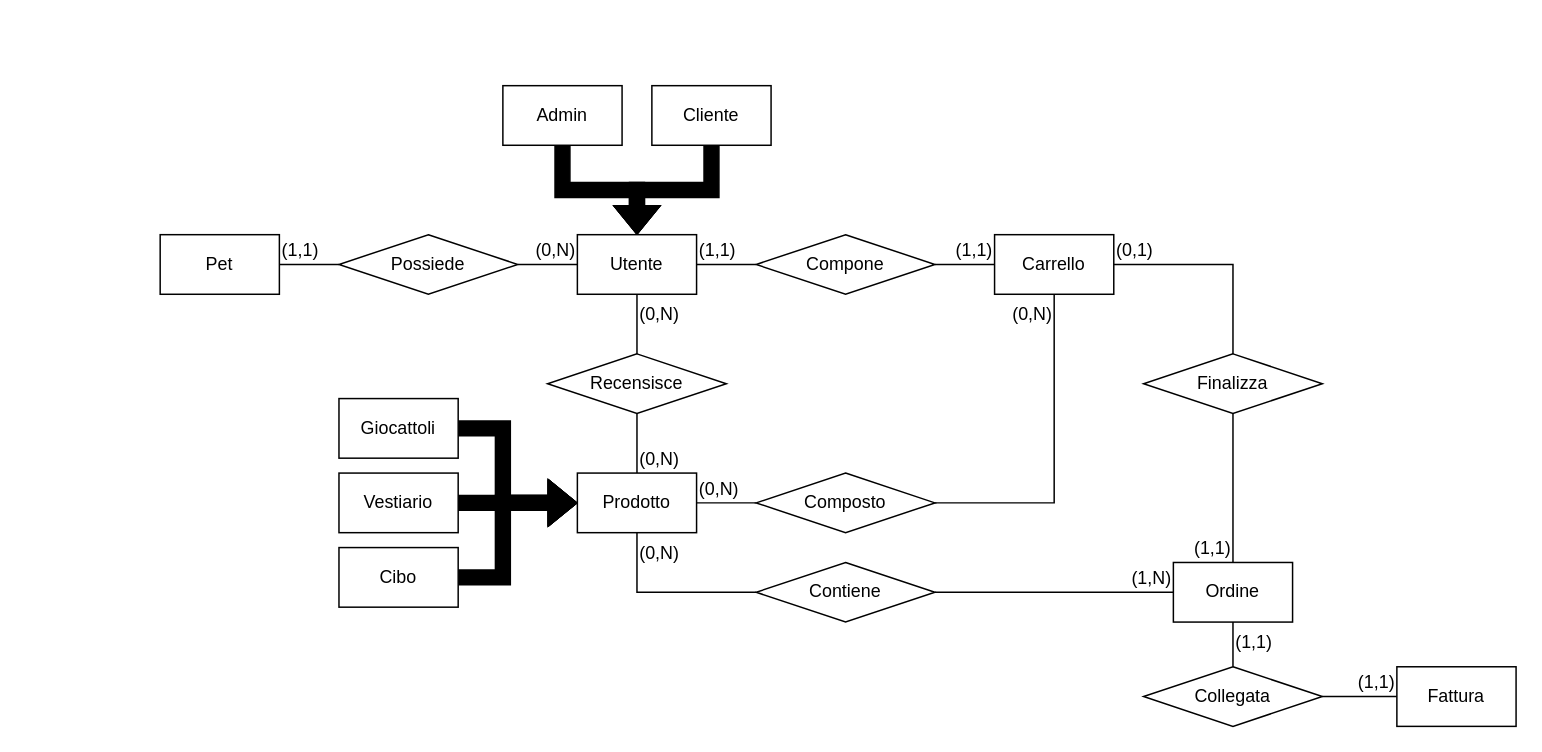
Earlier version of the draw.io diagram DarwinShop.drawio (NumberZeroo/TSW_Proj). Source tidied: cells renumbered, new cells numbered last; positions are measured from the earlier drawing's top-left corner, leaving out a move shared by most shapes. Both pictures are drawn from the tidied source at 149%, with x=0, y=0 at pixel (159, 85).
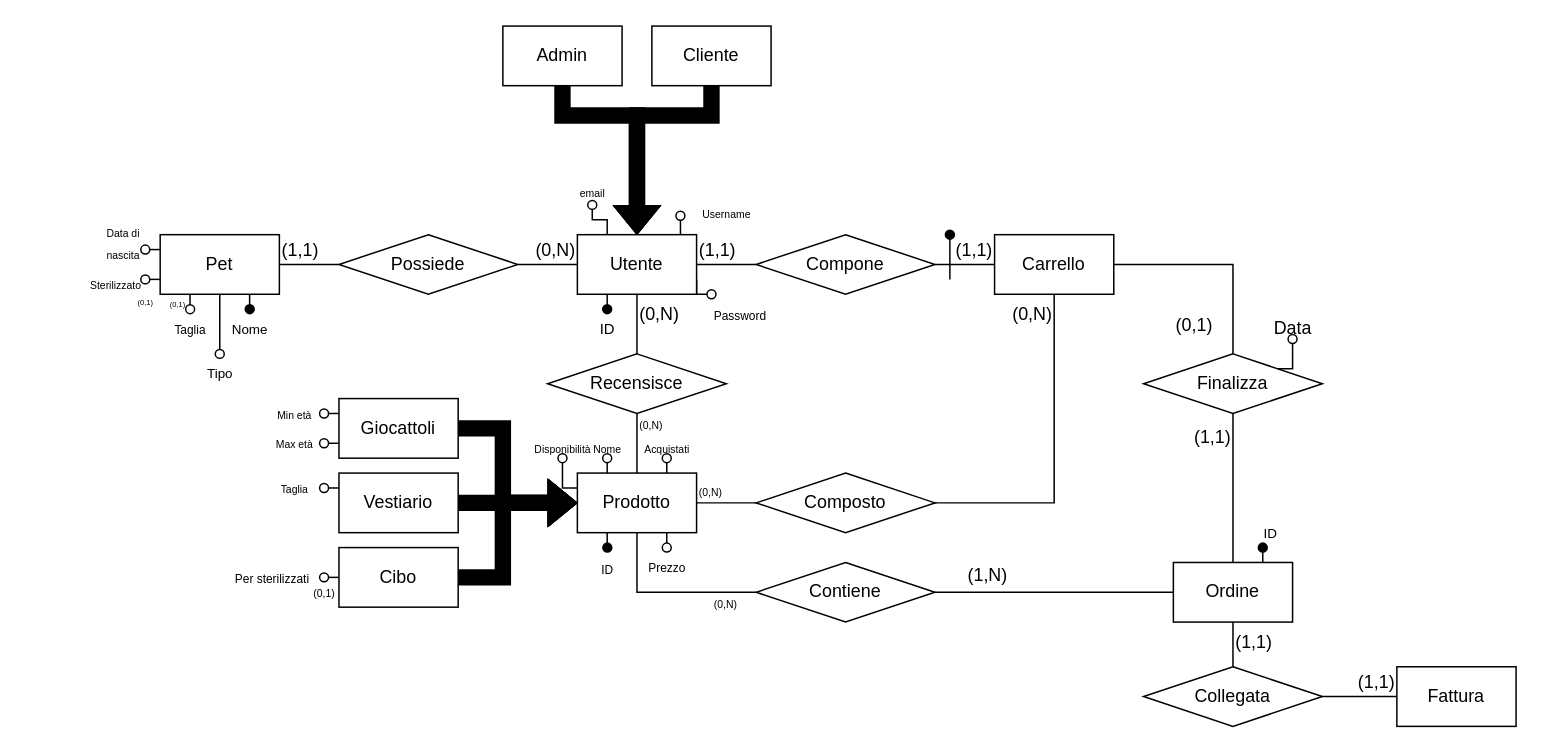
Above is the later version.

The change refers to these unchanged cells:
```xml
<mxCell id="2" value="Utente" style="whiteSpace=wrap;html=1;align=center;" parent="1" vertex="1">
  <mxGeometry x="280" y="100" width="80" height="40" as="geometry" />
</mxCell>
<mxCell id="12" value="Pet" style="whiteSpace=wrap;html=1;align=center;" parent="1" vertex="1">
  <mxGeometry y="100" width="80" height="40" as="geometry" />
</mxCell>
<mxCell id="20" value="Prodotto" style="whiteSpace=wrap;html=1;align=center;" parent="1" vertex="1">
  <mxGeometry x="280" y="260" width="80" height="40" as="geometry" />
</mxCell>
<mxCell id="24" value="Cibo" style="whiteSpace=wrap;html=1;align=center;direction=east;" parent="1" vertex="1">
  <mxGeometry x="120" y="310" width="80" height="40" as="geometry" />
</mxCell>
<mxCell id="25" value="Vestiario" style="whiteSpace=wrap;html=1;align=center;direction=east;" parent="1" vertex="1">
  <mxGeometry x="120" y="260" width="80" height="40" as="geometry" />
</mxCell>
<mxCell id="27" value="Giocattoli" style="whiteSpace=wrap;html=1;align=center;direction=east;" parent="1" vertex="1">
  <mxGeometry x="120" y="210" width="80" height="40" as="geometry" />
</mxCell>
<mxCell id="29" value="Finalizza" style="shape=rhombus;perimeter=rhombusPerimeter;whiteSpace=wrap;html=1;align=center;" parent="1" vertex="1">
  <mxGeometry x="660" y="180" width="120" height="40" as="geometry" />
</mxCell>
<mxCell id="32" value="Ordine" style="whiteSpace=wrap;html=1;align=center;" parent="1" vertex="1">
  <mxGeometry x="680" y="320" width="80" height="40" as="geometry" />
</mxCell>
```

Change to the diagram source:
```diff
@@
+    <mxCell id="53" style="edgeStyle=orthogonalEdgeStyle;rounded=0;jettySize=auto;html=1;exitX=0.25;exitY=1;exitDx=0;exitDy=0;endArrow=oval;endFill=1;" parent="1" edge="1" source="2">
+      <mxGeometry relative="1" as="geometry">
+        <mxPoint x="300" y="150" as="targetPoint" />
+      </mxGeometry>
+    </mxCell>
+    <mxCell id="54" style="edgeStyle=orthogonalEdgeStyle;rounded=0;jettySize=auto;html=1;exitX=0.75;exitY=0;exitDx=0;exitDy=0;endArrow=oval;endFill=0;entryX=-0.014;entryY=0.578;entryDx=0;entryDy=0;entryPerimeter=0;" parent="1" edge="1" source="2" target="75">
+      <mxGeometry relative="1" as="geometry" />
+    </mxCell>
+    <mxCell id="55" style="edgeStyle=orthogonalEdgeStyle;rounded=0;jettySize=auto;html=1;exitX=0.25;exitY=0;exitDx=0;exitDy=0;endArrow=oval;endFill=0;" parent="1" edge="1" source="2" target="76">
+      <mxGeometry relative="1" as="geometry">
+        <Array as="points">
+          <mxPoint x="300" y="90" />
+          <mxPoint x="290" y="90" />
+        </Array>
+      </mxGeometry>
+    </mxCell>
+    <mxCell id="56" style="edgeStyle=orthogonalEdgeStyle;rounded=0;jettySize=auto;html=1;exitX=1;exitY=0.75;exitDx=0;exitDy=0;endArrow=oval;endFill=0;" parent="1" edge="1" source="2" target="77">
+      <mxGeometry relative="1" as="geometry">
+        <Array as="points">
+          <mxPoint x="370" y="140" />
+          <mxPoint x="370" y="140" />
+        </Array>
+      </mxGeometry>
+    </mxCell>
@@
+    <mxCell id="57" style="edgeStyle=orthogonalEdgeStyle;rounded=0;orthogonalLoop=1;jettySize=auto;html=1;endArrow=oval;endFill=1;" parent="1" edge="1">
+      <mxGeometry relative="1" as="geometry">
+        <mxPoint x="530" y="130" as="sourcePoint" />
+        <mxPoint x="530" y="100" as="targetPoint" />
+      </mxGeometry>
+    </mxCell>
@@
     <mxCell id="7" style="edgeStyle=orthogonalEdgeStyle;rounded=0;jettySize=auto;html=1;entryX=0.5;entryY=0;entryDx=0;entryDy=0;shape=flexArrow;fillColor=#000000;strokeColor=default;gradientColor=none;gradientDirection=north;fillStyle=auto;" parent="1" edge="1" source="8" target="2">
-      <mxGeometry relative="1" as="geometry" />
+      <mxGeometry relative="1" as="geometry">
+        <Array as="points">
+          <mxPoint x="270" y="20" />
+          <mxPoint x="320" y="20" />
+        </Array>
+      </mxGeometry>
     </mxCell>
     <mxCell id="8" value="Admin" style="whiteSpace=wrap;html=1;align=center;" parent="1" vertex="1">
-      <mxGeometry x="230" width="80" height="40" as="geometry" />
+      <mxGeometry x="230" y="-40" width="80" height="40" as="geometry" />
     </mxCell>
     <mxCell id="9" style="edgeStyle=orthogonalEdgeStyle;rounded=0;jettySize=auto;html=1;entryX=0.5;entryY=0;entryDx=0;entryDy=0;shape=flexArrow;fillColor=#000000;" parent="1" edge="1" source="10" target="2">
-      <mxGeometry relative="1" as="geometry" />
+      <mxGeometry relative="1" as="geometry">
+        <Array as="points">
+          <mxPoint x="370" y="20" />
+          <mxPoint x="320" y="20" />
+        </Array>
+      </mxGeometry>
     </mxCell>
     <mxCell id="10" value="Cliente" style="whiteSpace=wrap;html=1;align=center;" parent="1" vertex="1">
-      <mxGeometry x="330" width="80" height="40" as="geometry" />
+      <mxGeometry x="330" y="-40" width="80" height="40" as="geometry" />
     </mxCell>
@@
+    <mxCell id="58" style="edgeStyle=orthogonalEdgeStyle;rounded=0;jettySize=auto;html=1;exitX=0.75;exitY=1;exitDx=0;exitDy=0;endArrow=oval;endFill=1;" parent="1" edge="1" source="12">
+      <mxGeometry relative="1" as="geometry">
+        <mxPoint x="60.1" y="150" as="targetPoint" />
+      </mxGeometry>
+    </mxCell>
+    <mxCell id="59" style="edgeStyle=orthogonalEdgeStyle;rounded=0;jettySize=auto;html=1;endArrow=oval;endFill=0;" parent="1" edge="1" source="12">
+      <mxGeometry relative="1" as="geometry">
+        <mxPoint x="40" y="180" as="targetPoint" />
+      </mxGeometry>
+    </mxCell>
+    <mxCell id="60" style="edgeStyle=orthogonalEdgeStyle;rounded=0;jettySize=auto;html=1;exitX=0.25;exitY=1;exitDx=0;exitDy=0;endArrow=oval;endFill=0;" parent="1" edge="1" source="12">
+      <mxGeometry relative="1" as="geometry">
+        <mxPoint x="20.1" y="150" as="targetPoint" />
+      </mxGeometry>
+    </mxCell>
+    <mxCell id="61" style="edgeStyle=orthogonalEdgeStyle;rounded=0;jettySize=auto;html=1;exitX=0;exitY=0.25;exitDx=0;exitDy=0;endArrow=oval;endFill=0;" parent="1" edge="1" source="12">
+      <mxGeometry relative="1" as="geometry">
+        <mxPoint x="-10" y="110.1" as="targetPoint" />
+      </mxGeometry>
+    </mxCell>
+    <mxCell id="62" style="edgeStyle=orthogonalEdgeStyle;rounded=0;jettySize=auto;html=1;exitX=0;exitY=0.75;exitDx=0;exitDy=0;endArrow=oval;endFill=0;" parent="1" edge="1" source="12">
+      <mxGeometry relative="1" as="geometry">
+        <mxPoint x="-10" y="130.1" as="targetPoint" />
+      </mxGeometry>
+    </mxCell>
@@
+    <mxCell id="63" style="edgeStyle=orthogonalEdgeStyle;rounded=0;jettySize=auto;html=1;exitX=0.25;exitY=1;exitDx=0;exitDy=0;endArrow=oval;endFill=1;" parent="1" edge="1" source="20">
+      <mxGeometry relative="1" as="geometry">
+        <mxPoint x="300.1" y="310" as="targetPoint" />
+      </mxGeometry>
+    </mxCell>
+    <mxCell id="64" style="edgeStyle=orthogonalEdgeStyle;rounded=0;jettySize=auto;html=1;exitX=0.25;exitY=0;exitDx=0;exitDy=0;endArrow=oval;endFill=0;" parent="1" edge="1" source="20">
+      <mxGeometry relative="1" as="geometry">
+        <mxPoint x="300" y="250" as="targetPoint" />
+      </mxGeometry>
+    </mxCell>
+    <mxCell id="65" style="edgeStyle=orthogonalEdgeStyle;rounded=0;jettySize=auto;html=1;exitX=0;exitY=0.25;exitDx=0;exitDy=0;endArrow=oval;endFill=0;" parent="1" edge="1" source="20">
+      <mxGeometry relative="1" as="geometry">
+        <mxPoint x="270" y="250" as="targetPoint" />
+      </mxGeometry>
+    </mxCell>
+    <mxCell id="66" style="edgeStyle=orthogonalEdgeStyle;rounded=0;jettySize=auto;html=1;exitX=0.75;exitY=0;exitDx=0;exitDy=0;endArrow=oval;endFill=0;" parent="1" edge="1" source="20">
+      <mxGeometry relative="1" as="geometry">
+        <mxPoint x="340" y="250" as="targetPoint" />
+      </mxGeometry>
+    </mxCell>
+    <mxCell id="67" style="edgeStyle=orthogonalEdgeStyle;rounded=0;jettySize=auto;html=1;exitX=0.75;exitY=1;exitDx=0;exitDy=0;endArrow=oval;endFill=0;" parent="1" edge="1" source="20">
+      <mxGeometry relative="1" as="geometry">
+        <mxPoint x="340" y="310" as="targetPoint" />
+      </mxGeometry>
+    </mxCell>
@@
+    <mxCell id="68" style="edgeStyle=orthogonalEdgeStyle;rounded=0;jettySize=auto;html=1;exitX=0;exitY=0.5;exitDx=0;exitDy=0;endArrow=oval;endFill=0;" parent="1" edge="1" source="24">
+      <mxGeometry relative="1" as="geometry">
+        <mxPoint x="110" y="330.1" as="targetPoint" />
+      </mxGeometry>
+    </mxCell>
@@
+    <mxCell id="69" style="edgeStyle=orthogonalEdgeStyle;rounded=0;jettySize=auto;html=1;exitX=0;exitY=0.25;exitDx=0;exitDy=0;endArrow=oval;endFill=0;" parent="1" edge="1" source="25">
+      <mxGeometry relative="1" as="geometry">
+        <mxPoint x="110" y="270.1" as="targetPoint" />
+      </mxGeometry>
+    </mxCell>
@@
+    <mxCell id="70" style="edgeStyle=orthogonalEdgeStyle;rounded=0;jettySize=auto;html=1;exitX=0;exitY=0.25;exitDx=0;exitDy=0;endArrow=oval;endFill=0;" parent="1" edge="1" source="27">
+      <mxGeometry relative="1" as="geometry">
+        <mxPoint x="110" y="220.1" as="targetPoint" />
+      </mxGeometry>
+    </mxCell>
+    <mxCell id="71" style="edgeStyle=orthogonalEdgeStyle;rounded=0;jettySize=auto;html=1;exitX=0;exitY=0.75;exitDx=0;exitDy=0;endArrow=oval;endFill=0;" parent="1" edge="1" source="27">
+      <mxGeometry relative="1" as="geometry">
+        <mxPoint x="110" y="240.1" as="targetPoint" />
+      </mxGeometry>
+    </mxCell>
@@
+    <mxCell id="72" style="edgeStyle=orthogonalEdgeStyle;rounded=0;jettySize=auto;html=1;exitX=1;exitY=0;exitDx=0;exitDy=0;endArrow=oval;endFill=0;" parent="1" edge="1" source="29">
+      <mxGeometry relative="1" as="geometry">
+        <mxPoint x="760" y="170" as="targetPoint" />
+      </mxGeometry>
+    </mxCell>
@@
+    <mxCell id="73" style="edgeStyle=orthogonalEdgeStyle;rounded=0;jettySize=auto;html=1;exitX=0.75;exitY=0;exitDx=0;exitDy=0;endArrow=oval;endFill=1;" parent="1" edge="1" source="32">
+      <mxGeometry relative="1" as="geometry">
+        <mxPoint x="740" y="310" as="targetPoint" />
+      </mxGeometry>
+    </mxCell>
@@
-    <mxCell id="43" value="(0,N)" style="text;html=1;align=left;verticalAlign=bottom;strokeColor=none;fillColor=none;" parent="1" vertex="1">
-      <mxGeometry x="360" y="250" width="50" height="30" as="geometry" />
+    <mxCell id="43" value="(0,N)" style="text;html=1;align=left;verticalAlign=bottom;strokeColor=none;fillColor=none;fontSize=7;" parent="1" vertex="1">
+      <mxGeometry x="360" y="260" width="40" height="20" as="geometry" />
     </mxCell>
@@
-    <mxCell id="45" value="(0,N)" style="text;html=1;align=left;verticalAlign=bottom;strokeColor=none;fillColor=none;" parent="1" vertex="1">
-      <mxGeometry x="320" y="230" width="50" height="30" as="geometry" />
+    <mxCell id="45" value="(0,N)" style="text;html=1;align=left;verticalAlign=bottom;strokeColor=none;fillColor=none;fontSize=7;" parent="1" vertex="1">
+      <mxGeometry x="320" y="215" width="40" height="20" as="geometry" />
     </mxCell>
     <mxCell id="46" value="(0,1)" style="text;html=1;align=left;verticalAlign=bottom;strokeColor=none;fillColor=none;" parent="1" vertex="1">
-      <mxGeometry x="640" y="90" width="50" height="30" as="geometry" />
+      <mxGeometry x="680" y="140" width="50" height="30" as="geometry" />
     </mxCell>
     <mxCell id="47" value="(1,1)" style="text;html=1;align=right;verticalAlign=bottom;strokeColor=none;fillColor=none;" parent="1" vertex="1">
-      <mxGeometry x="670" y="290" width="50" height="30" as="geometry" />
+      <mxGeometry x="670" y="215" width="50" height="30" as="geometry" />
     </mxCell>
@@
     <mxCell id="51" value="(1,N)" style="text;html=1;align=right;verticalAlign=bottom;strokeColor=none;fillColor=none;" parent="1" vertex="1">
-      <mxGeometry x="630" y="310" width="50" height="30" as="geometry" />
+      <mxGeometry x="520" y="308" width="50" height="30" as="geometry" />
     </mxCell>
-    <mxCell id="52" value="(0,N)" style="text;html=1;align=left;verticalAlign=top;strokeColor=none;fillColor=none;" parent="1" vertex="1">
-      <mxGeometry x="320" y="300" width="50" height="30" as="geometry" />
+    <mxCell id="52" value="(0,N)" style="text;html=1;align=left;verticalAlign=top;strokeColor=none;fillColor=none;fontSize=7;" parent="1" vertex="1">
+      <mxGeometry x="370" y="338" width="40" height="20" as="geometry" />
     </mxCell>
+    <mxCell id="74" value="&lt;font style=&quot;font-size: 10px;&quot;&gt;ID&lt;/font&gt;" style="text;html=1;align=center;verticalAlign=middle;strokeColor=none;fillColor=none;" parent="1" vertex="1">
+      <mxGeometry x="285" y="148" width="30" height="30" as="geometry" />
+    </mxCell>
+    <mxCell id="75" value="&lt;div&gt;&lt;font style=&quot;font-size: 7px;&quot;&gt;Username&lt;/font&gt;&lt;/div&gt;" style="text;html=1;align=center;verticalAlign=middle;points=[];strokeColor=none;fillColor=none;" parent="1" vertex="1">
+      <mxGeometry x="350" y="70" width="60" height="30" as="geometry" />
+    </mxCell>
+    <mxCell id="76" value="&lt;font style=&quot;font-size: 7px;&quot;&gt;email&lt;/font&gt;" style="text;html=1;align=center;verticalAlign=bottom;points=[];strokeColor=none;fillColor=none;" parent="1" vertex="1">
+      <mxGeometry x="270" y="50" width="40" height="30" as="geometry" />
+    </mxCell>
+    <mxCell id="77" value="&lt;font style=&quot;font-size: 8px;&quot;&gt;Password&lt;/font&gt;" style="text;html=1;align=left;verticalAlign=top;points=[];strokeColor=none;fillColor=none;" parent="1" vertex="1">
+      <mxGeometry x="370" y="140" width="60" height="30" as="geometry" />
+    </mxCell>
+    <mxCell id="78" value="&lt;font style=&quot;font-size: 9px;&quot;&gt;Nome&lt;/font&gt;" style="text;html=1;align=center;verticalAlign=middle;strokeColor=none;fillColor=none;" parent="1" vertex="1">
+      <mxGeometry x="35" y="148" width="50" height="30" as="geometry" />
+    </mxCell>
+    <mxCell id="79" value="&lt;font style=&quot;font-size: 9px;&quot;&gt;Tipo&lt;/font&gt;" style="text;html=1;align=center;verticalAlign=middle;strokeColor=none;fillColor=none;" parent="1" vertex="1">
+      <mxGeometry x="20" y="178" width="40" height="30" as="geometry" />
+    </mxCell>
+    <mxCell id="80" value="&lt;font style=&quot;font-size: 8px;&quot;&gt;Taglia&lt;/font&gt;" style="text;html=1;align=center;verticalAlign=middle;strokeColor=none;fillColor=none;" parent="1" vertex="1">
+      <mxGeometry y="148" width="40" height="30" as="geometry" />
+    </mxCell>
+    <mxCell id="81" value="&lt;font style=&quot;font-size: 5px;&quot;&gt;(0,1)&lt;br&gt;&lt;/font&gt;" style="text;html=1;align=left;verticalAlign=middle;strokeColor=none;fillColor=none;" parent="1" vertex="1">
+      <mxGeometry x="5" y="130" width="30" height="30" as="geometry" />
+    </mxCell>
+    <mxCell id="82" value="&lt;font style=&quot;font-size: 8px;&quot;&gt;ID&lt;/font&gt;" style="text;html=1;align=center;verticalAlign=top;strokeColor=none;fillColor=none;" parent="1" vertex="1">
+      <mxGeometry x="285" y="310" width="30" height="30" as="geometry" />
+    </mxCell>
+    <mxCell id="83" value="&lt;font style=&quot;font-size: 7px;&quot;&gt;Nome&lt;/font&gt;" style="text;html=1;align=center;verticalAlign=middle;strokeColor=none;fillColor=none;" parent="1" vertex="1">
+      <mxGeometry x="280" y="228" width="40" height="30" as="geometry" />
+    </mxCell>
+    <mxCell id="84" value="&lt;font style=&quot;font-size: 7px;&quot;&gt;Disponibilità&lt;/font&gt;" style="text;html=1;align=center;verticalAlign=middle;strokeColor=none;fillColor=none;" parent="1" vertex="1">
+      <mxGeometry x="240" y="228" width="60" height="30" as="geometry" />
+    </mxCell>
+    <mxCell id="85" value="&lt;font style=&quot;font-size: 7px;&quot;&gt;Acquistati&lt;/font&gt;" style="text;html=1;align=center;verticalAlign=middle;strokeColor=none;fillColor=none;" parent="1" vertex="1">
+      <mxGeometry x="315" y="228" width="50" height="30" as="geometry" />
+    </mxCell>
+    <mxCell id="86" value="&lt;blockquote&gt;&lt;div align=&quot;justify&quot;&gt;&lt;font style=&quot;font-size: 7px;&quot;&gt;Data di&lt;/font&gt;&lt;br&gt;&lt;font style=&quot;font-size: 7px;&quot;&gt;nascita&lt;/font&gt;&lt;br&gt;&lt;/div&gt;&lt;/blockquote&gt;" style="text;html=1;align=center;verticalAlign=middle;strokeColor=none;fillColor=none;" parent="1" vertex="1">
+      <mxGeometry x="-90" y="70" width="130" height="70" as="geometry" />
+    </mxCell>
+    <mxCell id="87" value="&lt;font style=&quot;font-size: 7px;&quot;&gt;Sterilizzato&lt;/font&gt;" style="text;html=1;align=center;verticalAlign=middle;strokeColor=none;fillColor=none;" parent="1" vertex="1">
+      <mxGeometry x="-60" y="118" width="60" height="30" as="geometry" />
+    </mxCell>
+    <mxCell id="88" value="&lt;font style=&quot;font-size: 5px;&quot;&gt;(0,1)&lt;/font&gt;" style="text;html=1;align=center;verticalAlign=top;strokeColor=none;fillColor=none;horizontal=1;" parent="1" vertex="1">
+      <mxGeometry x="-25" y="130" width="30" height="30" as="geometry" />
+    </mxCell>
+    <mxCell id="89" value="&lt;font style=&quot;font-size: 7px;&quot;&gt;Taglia&lt;/font&gt;" style="text;html=1;align=center;verticalAlign=middle;strokeColor=none;fillColor=none;" parent="1" vertex="1">
+      <mxGeometry x="70" y="255" width="40" height="30" as="geometry" />
+    </mxCell>
+    <mxCell id="90" value="&lt;font style=&quot;font-size: 7px;&quot;&gt;Min età&lt;br&gt;&lt;/font&gt;" style="text;html=1;align=center;verticalAlign=middle;strokeColor=none;fillColor=none;" parent="1" vertex="1">
+      <mxGeometry x="65" y="205" width="50" height="30" as="geometry" />
+    </mxCell>
+    <mxCell id="91" value="&lt;font style=&quot;font-size: 7px;&quot;&gt;Max età&lt;br&gt;&lt;/font&gt;" style="text;html=1;align=center;verticalAlign=middle;strokeColor=none;fillColor=none;" parent="1" vertex="1">
+      <mxGeometry x="65" y="225" width="50" height="30" as="geometry" />
+    </mxCell>
+    <mxCell id="92" value="&lt;font style=&quot;font-size: 8px;&quot;&gt;Per sterilizzati&lt;br&gt;&lt;/font&gt;" style="text;html=1;align=center;verticalAlign=middle;strokeColor=none;fillColor=none;" parent="1" vertex="1">
+      <mxGeometry x="40" y="315" width="70" height="30" as="geometry" />
+    </mxCell>
+    <mxCell id="93" value="&lt;font style=&quot;font-size: 7px;&quot;&gt;(0,1)&lt;/font&gt;" style="text;html=1;align=center;verticalAlign=middle;strokeColor=none;fillColor=none;" parent="1" vertex="1">
+      <mxGeometry x="90" y="325" width="40" height="30" as="geometry" />
+    </mxCell>
+    <mxCell id="94" value="&lt;font style=&quot;font-size: 8px;&quot;&gt;Prezzo&lt;/font&gt;" style="text;html=1;align=center;verticalAlign=middle;strokeColor=none;fillColor=none;" parent="1" vertex="1">
+      <mxGeometry x="315" y="308" width="50" height="30" as="geometry" />
+    </mxCell>
+    <mxCell id="95" value="Data" style="text;html=1;align=center;verticalAlign=middle;strokeColor=none;fillColor=none;" parent="1" vertex="1">
+      <mxGeometry x="735" y="148" width="50" height="30" as="geometry" />
+    </mxCell>
+    <mxCell id="96" value="&lt;font style=&quot;font-size: 9px;&quot;&gt;ID&lt;/font&gt;" style="text;html=1;align=center;verticalAlign=middle;strokeColor=none;fillColor=none;" parent="1" vertex="1">
+      <mxGeometry x="730" y="285" width="30" height="30" as="geometry" />
+    </mxCell>
```
